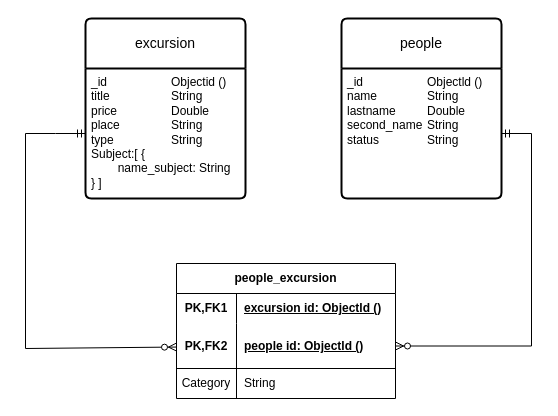
dYGamma/VuzUC keeps this draw.io diagram as 6SEM/BD/LAB1/МонгоДБЛаба1.drawio. Above is the earlier version. Source tidied: cells renumbered, new cells numbered last; positions are measured from the earlier drawing's top-left corner, leaving out a move shared by most shapes. Both pictures are drawn from the tidied source at 100%, with x=0, y=0 at pixel (25, 18).
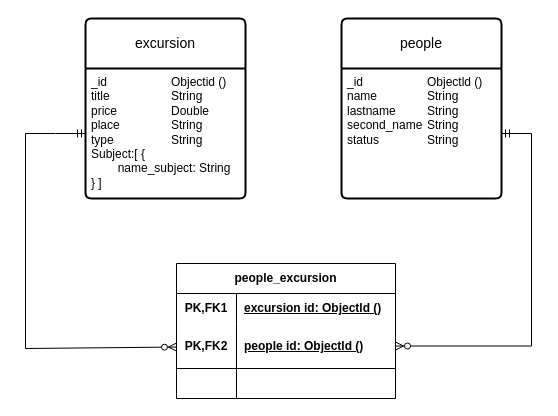
The same page after the edit.

The edit, as a diff of the source:
```diff
@@
 <mxGraphModel>
   <root>
     <mxCell id="0" />
     <mxCell id="1" parent="0" />
     <mxCell id="2" value="excursion" style="swimlane;horizontal=1;startSize=50;rounded=1;fontSize=14;fontStyle=0;strokeWidth=2;shadow=0;dashed=0;align=center;arcSize=4;whiteSpace=wrap;html=1;" parent="1" vertex="1">
       <mxGeometry x="60" width="160" height="180" as="geometry" />
     </mxCell>
     <mxCell id="3" value="_id &lt;span style=&quot;white-space: pre;&quot;&gt;&#9;&lt;/span&gt;&lt;span style=&quot;white-space: pre;&quot;&gt;&#9;&lt;/span&gt;&lt;span style=&quot;white-space: pre;&quot;&gt;&#9;&lt;/span&gt;Objectid ()&lt;div&gt;title &lt;span style=&quot;white-space: pre;&quot;&gt;&#9;&lt;/span&gt;&lt;span style=&quot;white-space: pre;&quot;&gt;&#9;&lt;/span&gt;&lt;span style=&quot;white-space: pre;&quot;&gt;&#9;&lt;/span&gt;String&lt;/div&gt;&lt;div&gt;price &lt;span style=&quot;white-space: pre;&quot;&gt;&#9;&lt;/span&gt;&lt;span style=&quot;white-space: pre;&quot;&gt;&#9;&lt;/span&gt;Double&lt;/div&gt;&lt;div&gt;place &lt;span style=&quot;white-space: pre;&quot;&gt;&#9;&lt;/span&gt;&lt;span style=&quot;white-space: pre;&quot;&gt;&#9;&lt;/span&gt;String&lt;/div&gt;&lt;div&gt;type &lt;span style=&quot;white-space: pre;&quot;&gt;&#9;&lt;/span&gt;&lt;span style=&quot;white-space: pre;&quot;&gt;&#9;&lt;/span&gt;String&lt;/div&gt;&lt;div&gt;Subject:[ {&lt;/div&gt;&lt;div&gt;&lt;span style=&quot;white-space: pre;&quot;&gt;&#9;&lt;/span&gt;name_subject: String&lt;br&gt;&lt;/div&gt;&lt;div&gt;} ]&lt;/div&gt;" style="align=left;strokeColor=none;fillColor=none;spacingLeft=4;fontSize=12;verticalAlign=top;html=1;" parent="2" vertex="1">
       <mxGeometry y="50" width="160" height="130" as="geometry" />
     </mxCell>
     <mxCell id="4" value="people" style="swimlane;horizontal=1;startSize=50;rounded=1;fontSize=14;fontStyle=0;strokeWidth=2;shadow=0;dashed=0;align=center;arcSize=4;whiteSpace=wrap;html=1;" parent="1" vertex="1">
       <mxGeometry x="316" width="160" height="180" as="geometry" />
     </mxCell>
-    <mxCell id="5" value="_id &lt;span style=&quot;white-space: pre;&quot;&gt;&#9;&lt;/span&gt;&lt;span style=&quot;white-space: pre;&quot;&gt;&#9;&lt;/span&gt;&lt;span style=&quot;white-space: pre;&quot;&gt;&#9;&lt;/span&gt;Objectld ()&lt;div&gt;name&amp;nbsp;&lt;span style=&quot;white-space: pre;&quot;&gt;&#9;&lt;/span&gt;&lt;span style=&quot;white-space: pre;&quot;&gt;&#9;&lt;/span&gt;String&lt;/div&gt;&lt;div&gt;lastname&amp;nbsp;&lt;span style=&quot;white-space: pre;&quot;&gt;&#9;&lt;/span&gt;Double&lt;/div&gt;&lt;div&gt;second_name&lt;span style=&quot;white-space: pre;&quot;&gt;&#9;&lt;/span&gt;String&lt;/div&gt;&lt;div&gt;status&lt;span style=&quot;white-space: pre;&quot;&gt;&#9;&lt;/span&gt;&lt;span style=&quot;white-space: pre;&quot;&gt;&#9;&lt;/span&gt;String&lt;/div&gt;" style="align=left;strokeColor=none;fillColor=none;spacingLeft=4;fontSize=12;verticalAlign=top;html=1;" parent="4" vertex="1">
+    <mxCell id="5" value="_id &lt;span style=&quot;white-space: pre;&quot;&gt;&#9;&lt;/span&gt;&lt;span style=&quot;white-space: pre;&quot;&gt;&#9;&lt;/span&gt;&lt;span style=&quot;white-space: pre;&quot;&gt;&#9;&lt;/span&gt;Objectld ()&lt;div&gt;name&amp;nbsp;&lt;span style=&quot;white-space: pre;&quot;&gt;&#9;&lt;/span&gt;&lt;span style=&quot;white-space: pre;&quot;&gt;&#9;&lt;/span&gt;String&lt;/div&gt;&lt;div&gt;lastname&amp;nbsp;&lt;span style=&quot;white-space: pre;&quot;&gt;&#9;&lt;/span&gt;String&lt;/div&gt;&lt;div&gt;second_name&lt;span style=&quot;white-space: pre;&quot;&gt;&#9;&lt;/span&gt;String&lt;/div&gt;&lt;div&gt;status&lt;span style=&quot;white-space: pre;&quot;&gt;&#9;&lt;/span&gt;&lt;span style=&quot;white-space: pre;&quot;&gt;&#9;&lt;/span&gt;String&lt;/div&gt;" style="align=left;strokeColor=none;fillColor=none;spacingLeft=4;fontSize=12;verticalAlign=top;html=1;" parent="4" vertex="1">
       <mxGeometry y="50" width="160" height="130" as="geometry" />
     </mxCell>
     <mxCell id="6" value="people_excursion" style="shape=table;startSize=30;childLayout=tableLayout;rowLines=0;fontStyle=1;align=center;html=1;whiteSpace=wrap;" parent="1" vertex="1">
       <mxGeometry x="151" y="245" width="219" height="135" as="geometry" />
     </mxCell>
     <mxCell id="7" style="shape=tableRow;horizontal=0;startSize=0;swimlaneHead=0;swimlaneBody=0;fillColor=none;top=0;left=0;right=0;bottom=0;html=1;" parent="6" vertex="1">
       <mxGeometry y="30" width="219" height="30" as="geometry" />
     </mxCell>
     <mxCell id="8" value="PK,FK1" style="shape=partialRectangle;fillColor=none;top=0;left=0;bottom=0;right=0;fontStyle=1;overflow=hidden;html=1;whiteSpace=wrap;" parent="7" vertex="1">
       <mxGeometry width="60" height="30" as="geometry" />
     </mxCell>
     <mxCell id="9" value="excursion id: Objectld ()" style="shape=partialRectangle;fillColor=none;top=0;left=0;bottom=0;right=0;align=left;spacingLeft=6;fontStyle=5;overflow=hidden;html=1;whiteSpace=wrap;" parent="7" vertex="1">
       <mxGeometry x="60" width="159" height="30" as="geometry" />
     </mxCell>
     <mxCell id="10" style="shape=tableRow;horizontal=0;startSize=0;swimlaneHead=0;swimlaneBody=0;fillColor=none;points=[[0,0.5],[1,0.5]];portConstraint=eastwest;top=0;left=0;right=0;bottom=1;html=1;" parent="6" vertex="1">
       <mxGeometry y="60" width="219" height="45" as="geometry" />
     </mxCell>
     <mxCell id="11" value="PK,FK2" style="shape=partialRectangle;fillColor=none;top=0;left=0;bottom=0;right=0;fontStyle=1;overflow=hidden;html=1;whiteSpace=wrap;" parent="10" vertex="1">
       <mxGeometry width="60" height="45" as="geometry" />
     </mxCell>
     <mxCell id="12" value="people id: Objectld ()" style="shape=partialRectangle;fillColor=none;top=0;left=0;bottom=0;right=0;align=left;spacingLeft=6;fontStyle=5;overflow=hidden;html=1;whiteSpace=wrap;" parent="10" vertex="1">
       <mxGeometry x="60" width="159" height="45" as="geometry" />
     </mxCell>
     <mxCell id="13" style="shape=tableRow;horizontal=0;startSize=0;swimlaneHead=0;swimlaneBody=0;fillColor=none;top=0;left=0;right=0;bottom=0;html=1;" parent="6" vertex="1">
       <mxGeometry y="105" width="219" height="30" as="geometry" />
     </mxCell>
-    <mxCell id="14" value="Category" style="shape=partialRectangle;fillColor=none;top=0;left=0;bottom=0;right=0;overflow=hidden;html=1;whiteSpace=wrap;" parent="13" vertex="1">
+    <mxCell id="14" style="shape=partialRectangle;fillColor=none;top=0;left=0;bottom=0;right=0;overflow=hidden;html=1;whiteSpace=wrap;" parent="13" vertex="1">
       <mxGeometry width="60" height="30" as="geometry" />
     </mxCell>
-    <mxCell id="15" value="String" style="shape=partialRectangle;fillColor=none;top=0;left=0;bottom=0;right=0;align=left;spacingLeft=6;overflow=hidden;html=1;whiteSpace=wrap;" parent="13" vertex="1">
+    <mxCell id="15" style="shape=partialRectangle;fillColor=none;top=0;left=0;bottom=0;right=0;align=left;spacingLeft=6;overflow=hidden;html=1;whiteSpace=wrap;" parent="13" vertex="1">
       <mxGeometry x="60" width="159" height="30" as="geometry" />
     </mxCell>
     <mxCell id="16" style="edgeStyle=entityRelationEdgeStyle;fontSize=12;html=1;endArrow=ERzeroToMany;startArrow=ERmandOne;rounded=0;" parent="1" edge="1" source="5" target="10">
       <mxGeometry relative="1" as="geometry" />
     </mxCell>
     <mxCell id="17" style="fontSize=12;html=1;endArrow=ERzeroToMany;startArrow=ERmandOne;rounded=0;exitX=0;exitY=0.5;exitDx=0;exitDy=0;" parent="1" edge="1" source="3" target="10">
       <mxGeometry relative="1" as="geometry">
         <Array as="points">
           <mxPoint x="30" y="115" />
           <mxPoint y="115" />
           <mxPoint y="330" />
         </Array>
       </mxGeometry>
     </mxCell>
   </root>
 </mxGraphModel>
```
